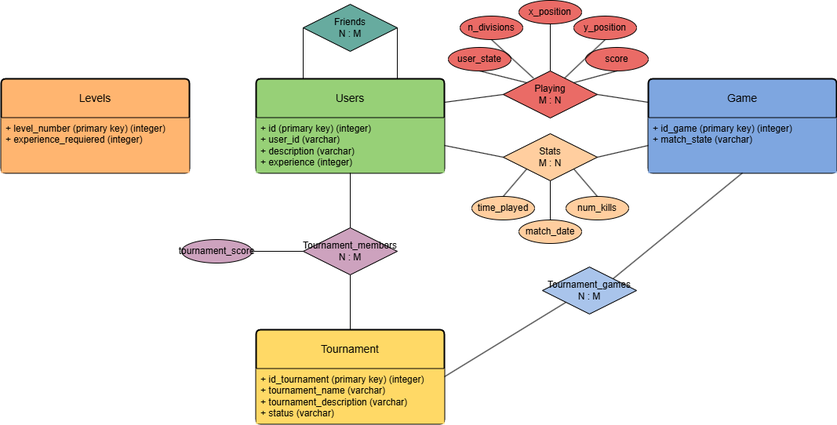
seergiioo2311/backend keeps this draw.io diagram as BBDD-proyecto-software.drawio.png. Above is the earlier version. Source tidied: cells renumbered, new cells last; positions are measured from the earlier drawing's top-left corner, leaving out a move shared by most shapes.
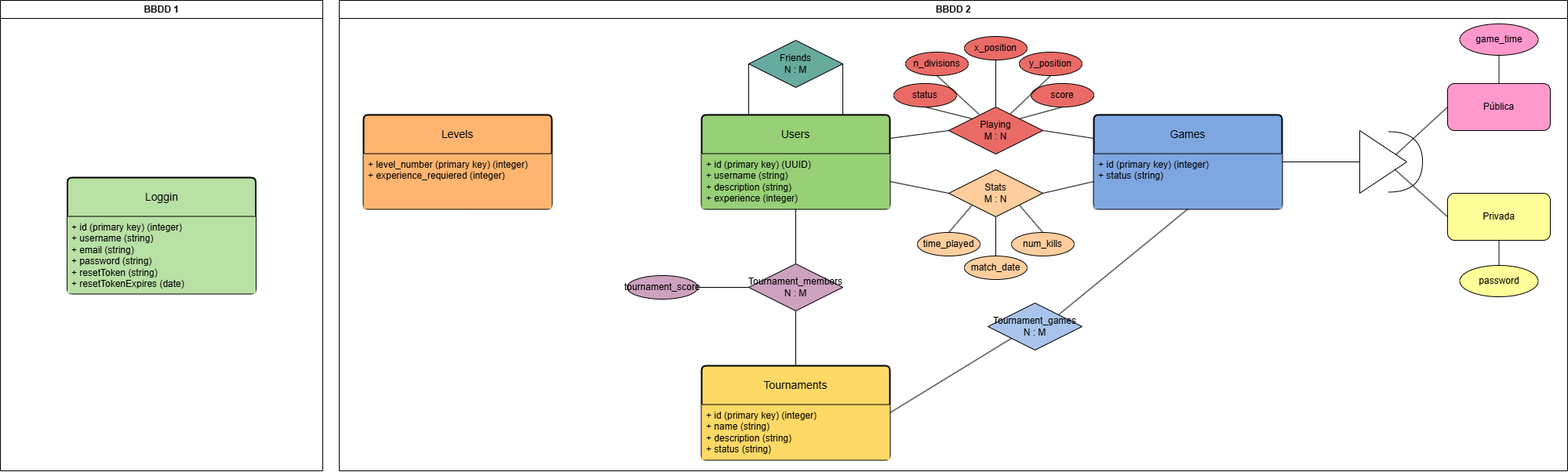
After the change.

Diff of the diagram source:
```diff
@@ -5,25 +5,25 @@
     <mxCell id="2" value="Users" style="swimlane;horizontal=1;startSize=50;rounded=1;fontSize=14;fontStyle=0;strokeWidth=2;shadow=0;dashed=0;align=center;arcSize=4;whiteSpace=wrap;html=1;fillColor=light-dark(#97D077,var(--ge-dark-color, #121212));" parent="1" vertex="1">
       <mxGeometry x="325" y="100" width="240" height="120" as="geometry" />
     </mxCell>
-    <mxCell id="3" value="&lt;div&gt;+ id (primary key) (integer)&lt;/div&gt;+ user_id (varchar)&lt;div&gt;+ description (varchar)&lt;/div&gt;&lt;div&gt;+ experience (integer)&lt;/div&gt;" style="align=left;strokeColor=none;fillColor=light-dark(#97D077,var(--ge-dark-color, #121212));spacingLeft=4;fontSize=12;verticalAlign=top;html=1;" parent="2" vertex="1">
+    <mxCell id="3" value="&lt;div&gt;+ id (primary key) (UUID)&lt;/div&gt;+ username (string)&lt;div&gt;+ description (string&lt;span style=&quot;background-color: transparent; color: light-dark(rgb(0, 0, 0), rgb(255, 255, 255));&quot;&gt;)&lt;/span&gt;&lt;/div&gt;&lt;div&gt;+ experience (integer)&lt;/div&gt;" style="align=left;strokeColor=none;fillColor=light-dark(#97D077,var(--ge-dark-color, #121212));spacingLeft=4;fontSize=12;verticalAlign=top;html=1;" parent="2" vertex="1">
       <mxGeometry y="50" width="240" height="70" as="geometry" />
     </mxCell>
     <mxCell id="4" value="Levels" style="swimlane;horizontal=1;startSize=50;rounded=1;fontSize=14;fontStyle=0;strokeWidth=2;shadow=0;dashed=0;align=center;arcSize=4;whiteSpace=wrap;html=1;fillColor=light-dark(#FFB570,var(--ge-dark-color, #121212));" parent="1" vertex="1">
-      <mxGeometry y="100" width="240" height="120" as="geometry" />
+      <mxGeometry x="-106" y="100" width="240" height="120" as="geometry" />
     </mxCell>
     <mxCell id="5" value="+ level_number (primary key) (integer)&lt;div&gt;+ experience_requiered (integer)&lt;/div&gt;" style="align=left;strokeColor=none;fillColor=light-dark(#FFB570,var(--ge-dark-color, #121212));spacingLeft=4;fontSize=12;verticalAlign=top;html=1;" parent="4" vertex="1">
       <mxGeometry y="50" width="240" height="70" as="geometry" />
     </mxCell>
-    <mxCell id="6" value="Tournament" style="swimlane;horizontal=1;startSize=50;rounded=1;fontSize=14;fontStyle=0;strokeWidth=2;shadow=0;dashed=0;align=center;arcSize=4;whiteSpace=wrap;html=1;fillColor=light-dark(#FFD966,var(--ge-dark-color, #121212));" parent="1" vertex="1">
+    <mxCell id="6" value="Tournaments" style="swimlane;horizontal=1;startSize=50;rounded=1;fontSize=14;fontStyle=0;strokeWidth=2;shadow=0;dashed=0;align=center;arcSize=4;whiteSpace=wrap;html=1;fillColor=light-dark(#FFD966,var(--ge-dark-color, #121212));" parent="1" vertex="1">
       <mxGeometry x="325" y="420" width="240" height="120" as="geometry" />
     </mxCell>
-    <mxCell id="7" value="+ id_tournament (primary key) (integer)&lt;div&gt;+ tournament_name (varchar)&lt;/div&gt;&lt;div&gt;+ tournament_description (varchar)&lt;/div&gt;&lt;div&gt;+ status (varchar)&lt;/div&gt;" style="align=left;strokeColor=none;fillColor=light-dark(#FFD966,var(--ge-dark-color, #121212));spacingLeft=4;fontSize=12;verticalAlign=top;html=1;" parent="6" vertex="1">
+    <mxCell id="7" value="+ id (primary key) (integer)&lt;div&gt;+ name (string)&lt;/div&gt;&lt;div&gt;+ description (string)&lt;/div&gt;&lt;div&gt;+ status (string&lt;span style=&quot;background-color: transparent; color: light-dark(rgb(0, 0, 0), rgb(255, 255, 255));&quot;&gt;)&lt;/span&gt;&lt;/div&gt;" style="align=left;strokeColor=none;fillColor=light-dark(#FFD966,var(--ge-dark-color, #121212));spacingLeft=4;fontSize=12;verticalAlign=top;html=1;" parent="6" vertex="1">
       <mxGeometry y="50" width="240" height="70" as="geometry" />
     </mxCell>
-    <mxCell id="8" value="Game" style="swimlane;horizontal=1;startSize=50;rounded=1;fontSize=14;fontStyle=0;strokeWidth=2;shadow=0;dashed=0;align=center;arcSize=4;whiteSpace=wrap;html=1;fillColor=light-dark(#7EA6E0,var(--ge-dark-color, #121212));" parent="1" vertex="1">
+    <mxCell id="8" value="Games" style="swimlane;horizontal=1;startSize=50;rounded=1;fontSize=14;fontStyle=0;strokeWidth=2;shadow=0;dashed=0;align=center;arcSize=4;whiteSpace=wrap;html=1;fillColor=light-dark(#7EA6E0,var(--ge-dark-color, #121212));" parent="1" vertex="1">
       <mxGeometry x="825" y="100" width="240" height="120" as="geometry" />
     </mxCell>
-    <mxCell id="9" value="+ id_game (primary key) (integer)&lt;div&gt;+ match_state (varchar)&lt;/div&gt;" style="align=left;strokeColor=none;fillColor=light-dark(#7EA6E0,var(--ge-dark-color, #121212));spacingLeft=4;fontSize=12;verticalAlign=top;html=1;" parent="8" vertex="1">
+    <mxCell id="9" value="+ id (primary key) (integer)&lt;div&gt;+ status (string)&lt;/div&gt;" style="align=left;strokeColor=none;fillColor=light-dark(#7EA6E0,var(--ge-dark-color, #121212));spacingLeft=4;fontSize=12;verticalAlign=top;html=1;" parent="8" vertex="1">
       <mxGeometry y="50" width="240" height="70" as="geometry" />
     </mxCell>
     <mxCell id="10" value="Tournament_members&lt;div&gt;N : M&lt;/div&gt;" style="shape=rhombus;perimeter=rhombusPerimeter;whiteSpace=wrap;html=1;align=center;fillColor=light-dark(#CDA2BE,var(--ge-dark-color, #121212));" parent="1" vertex="1">
@@ -65,7 +65,7 @@
     <mxCell id="22" style="endArrow=none;html=1;rounded=0;entryX=0;entryY=0.5;entryDx=0;entryDy=0;exitX=1;exitY=0.5;exitDx=0;exitDy=0;fillColor=light-dark(#FFCE9F,var(--ge-dark-color, #121212));" parent="1" edge="1" source="20" target="9">
       <mxGeometry relative="1" as="geometry" />
     </mxCell>
-    <mxCell id="23" value="user_state" style="ellipse;whiteSpace=wrap;html=1;align=center;fillColor=light-dark(#EA6B66,var(--ge-dark-color, #121212));" parent="1" vertex="1">
+    <mxCell id="23" value="status" style="ellipse;whiteSpace=wrap;html=1;align=center;fillColor=light-dark(#EA6B66,var(--ge-dark-color, #121212));" parent="1" vertex="1">
       <mxGeometry x="570" y="60" width="80" height="30" as="geometry" />
     </mxCell>
     <mxCell id="24" value="num_kills" style="ellipse;whiteSpace=wrap;html=1;align=center;fillColor=light-dark(#FFCE9F,var(--ge-dark-color, #121212));" parent="1" vertex="1">
@@ -125,5 +125,52 @@
     <mxCell id="42" style="endArrow=none;html=1;rounded=0;exitX=1;exitY=0.5;exitDx=0;exitDy=0;entryX=0;entryY=0.5;entryDx=0;entryDy=0;" parent="1" edge="1" source="41" target="10">
       <mxGeometry relative="1" as="geometry" />
     </mxCell>
+    <mxCell id="43" value="BBDD 2" style="swimlane;whiteSpace=wrap;html=1;" parent="1" vertex="1">
+      <mxGeometry x="-137" y="-46" width="1566" height="600" as="geometry" />
+    </mxCell>
+    <mxCell id="44" style="triangle;whiteSpace=wrap;html=1;" parent="43" vertex="1">
+      <mxGeometry x="1301" y="166" width="60" height="80" as="geometry" />
+    </mxCell>
+    <mxCell id="45" value="Privada" style="rounded=1;whiteSpace=wrap;html=1;fillColor=light-dark(#FFFF99,var(--ge-dark-color, #121212));" parent="43" vertex="1">
+      <mxGeometry x="1413" y="246" width="131" height="60" as="geometry" />
+    </mxCell>
+    <mxCell id="46" value="Pública" style="rounded=1;whiteSpace=wrap;html=1;fillColor=light-dark(#FF99CC,var(--ge-dark-color, #121212));" parent="43" vertex="1">
+      <mxGeometry x="1413" y="106" width="131" height="60" as="geometry" />
+    </mxCell>
+    <mxCell id="47" style="endArrow=none;html=1;rounded=0;exitX=0.771;exitY=0.382;exitDx=0;exitDy=0;exitPerimeter=0;entryX=0;entryY=0.5;entryDx=0;entryDy=0;" parent="43" edge="1" source="44" target="46">
+      <mxGeometry relative="1" as="geometry" />
+    </mxCell>
+    <mxCell id="48" style="endArrow=none;html=1;rounded=0;entryX=0;entryY=0.5;entryDx=0;entryDy=0;" parent="43" edge="1" target="45">
+      <mxGeometry relative="1" as="geometry">
+        <mxPoint x="1345" y="215" as="sourcePoint" />
+      </mxGeometry>
+    </mxCell>
+    <mxCell id="49" style="shape=requiredInterface;html=1;verticalLabelPosition=bottom;sketch=0;" parent="43" vertex="1">
+      <mxGeometry x="1338" y="167.5" width="43" height="77" as="geometry" />
+    </mxCell>
+    <mxCell id="50" value="password" style="ellipse;whiteSpace=wrap;html=1;align=center;fillColor=light-dark(#FFFF99,var(--ge-dark-color, #121212));" parent="43" vertex="1">
+      <mxGeometry x="1428.5" y="338" width="100" height="40" as="geometry" />
+    </mxCell>
+    <mxCell id="51" value="game_time" style="ellipse;whiteSpace=wrap;html=1;align=center;fillColor=light-dark(#FF99CC,var(--ge-dark-color, #121212));" parent="43" vertex="1">
+      <mxGeometry x="1428.5" y="30" width="100" height="40" as="geometry" />
+    </mxCell>
+    <mxCell id="52" style="endArrow=none;html=1;rounded=0;entryX=0.5;entryY=1;entryDx=0;entryDy=0;exitX=0.5;exitY=0;exitDx=0;exitDy=0;fillColor=light-dark(#FF99CC,var(--ge-dark-color, #121212));" parent="43" edge="1" source="46" target="51">
+      <mxGeometry relative="1" as="geometry" />
+    </mxCell>
+    <mxCell id="53" style="endArrow=none;html=1;rounded=0;exitX=0.5;exitY=0;exitDx=0;exitDy=0;entryX=0.5;entryY=1;entryDx=0;entryDy=0;fillColor=light-dark(#FFFF99,var(--ge-dark-color, #121212));" parent="43" edge="1" source="50" target="45">
+      <mxGeometry relative="1" as="geometry" />
+    </mxCell>
+    <mxCell id="54" value="BBDD 1" style="swimlane;whiteSpace=wrap;html=1;" parent="1" vertex="1">
+      <mxGeometry x="-569" y="-46" width="411" height="600" as="geometry" />
+    </mxCell>
+    <mxCell id="55" value="Loggin" style="swimlane;horizontal=1;startSize=50;rounded=1;fontSize=14;fontStyle=0;strokeWidth=2;shadow=0;dashed=0;align=center;arcSize=4;whiteSpace=wrap;html=1;fillColor=light-dark(#B9E0A5,var(--ge-dark-color, #121212));" parent="54" vertex="1">
+      <mxGeometry x="85.5" y="226" width="240" height="148" as="geometry" />
+    </mxCell>
+    <mxCell id="56" value="+ id (primary key) (integer)&lt;div&gt;+ username (string)&lt;/div&gt;&lt;div&gt;+ email (string)&lt;/div&gt;&lt;div&gt;+ password (string)&lt;/div&gt;&lt;div&gt;+ resetToken (string)&lt;/div&gt;&lt;div&gt;+ resetTokenExpires (date)&lt;/div&gt;&lt;div&gt;&lt;br&gt;&lt;/div&gt;" style="align=left;strokeColor=none;fillColor=light-dark(#B9E0A5,var(--ge-dark-color, #121212));spacingLeft=4;fontSize=12;verticalAlign=top;html=1;" parent="55" vertex="1">
+      <mxGeometry y="50" width="240" height="98" as="geometry" />
+    </mxCell>
+    <mxCell id="57" style="endArrow=none;html=1;rounded=0;entryX=0;entryY=0.5;entryDx=0;entryDy=0;exitX=1;exitY=0.5;exitDx=0;exitDy=0;" parent="1" edge="1" source="8" target="44">
+      <mxGeometry relative="1" as="geometry" />
+    </mxCell>
   </root>
 </mxGraphModel>
```
